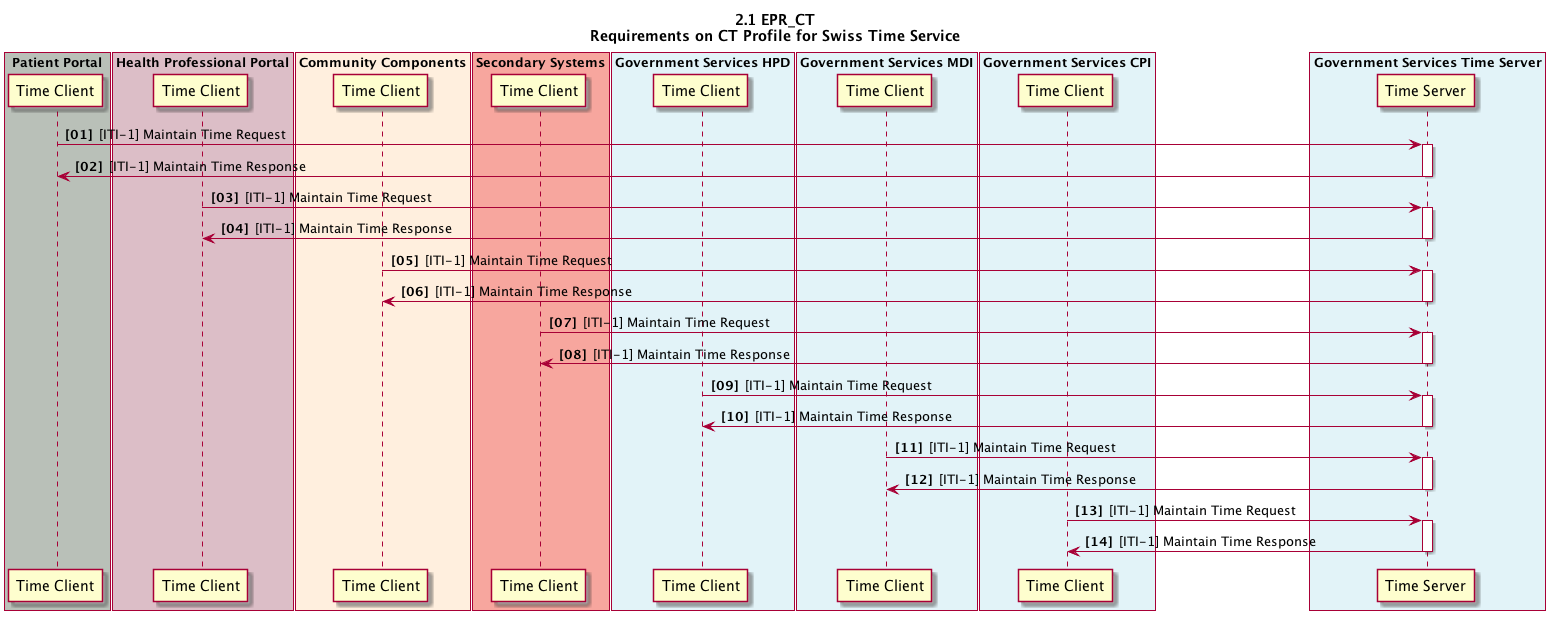
Above: 2_01_EPR_CT.plantuml.png in ahdis/ch-epr-seqdiag (PlantUML), before the change. Its diagram source:
```plantuml
@startuml
skinparam Padding 1
autonumber 1 1 "<b>[00]"
title 2.1 EPR_CT\nRequirements on CT Profile for Swiss Time Service

box "Patient Portal" #B9C0B8
	participant pp_ct_time_client as "Time Client"
end box

box "Health Professional Portal" #DCBEC7
	participant ps_ct_time_client as "Time Client"
end box

box "Community Components" #FFEFDE
	participant cc_ct_time_client as "Time Client"
end box

box "Secondary Systems" #F7A69E
	participant ss_ct_time_client as "Time Client"
end box

box "Government Services HPD" #E2F3F8
	participant gs_hpd_ct_time_client as "Time Client"
end box

box "Government Services MDI" #E2F3F8
	participant gs_mdi_ct_time_client as "Time Client"
end box

box "Government Services CPI" #E2F3F8
	participant gs_cpi_ct_time_client as "Time Client"
end box

box "Government Services Time Server" #E2F3F8
	participant gs_ts as "Time Server"
end box

pp_ct_time_client -> gs_ts: [ITI-1] Maintain Time Request
activate gs_ts
pp_ct_time_client <- gs_ts: [ITI-1] Maintain Time Response
deactivate gs_ts

ps_ct_time_client -> gs_ts: [ITI-1] Maintain Time Request
activate gs_ts
ps_ct_time_client <- gs_ts: [ITI-1] Maintain Time Response
deactivate gs_ts

cc_ct_time_client -> gs_ts: [ITI-1] Maintain Time Request
activate gs_ts
cc_ct_time_client <- gs_ts: [ITI-1] Maintain Time Response
deactivate gs_ts

ss_ct_time_client -> gs_ts: [ITI-1] Maintain Time Request
activate gs_ts
ss_ct_time_client <- gs_ts: [ITI-1] Maintain Time Response
deactivate gs_ts

gs_hpd_ct_time_client -> gs_ts: [ITI-1] Maintain Time Request
activate gs_ts
gs_hpd_ct_time_client <- gs_ts: [ITI-1] Maintain Time Response
deactivate gs_ts

gs_mdi_ct_time_client -> gs_ts: [ITI-1] Maintain Time Request
activate gs_ts
gs_mdi_ct_time_client <- gs_ts: [ITI-1] Maintain Time Response
deactivate gs_ts

gs_cpi_ct_time_client -> gs_ts: [ITI-1] Maintain Time Request
activate gs_ts
gs_cpi_ct_time_client <- gs_ts: [ITI-1] Maintain Time Response
deactivate gs_ts


@enduml
```
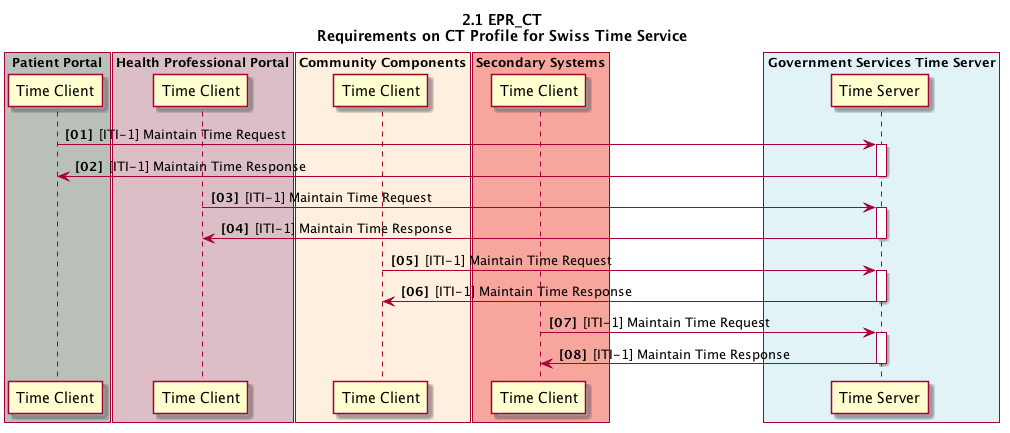
The same diagram one commit later.

The edit, as a diff of the source:
```diff
@@ -17,18 +17,6 @@
 
 box "Secondary Systems" #F7A69E
 	participant ss_ct_time_client as "Time Client"
-end box
-
-box "Government Services HPD" #E2F3F8
-	participant gs_hpd_ct_time_client as "Time Client"
-end box
-
-box "Government Services MDI" #E2F3F8
-	participant gs_mdi_ct_time_client as "Time Client"
-end box
-
-box "Government Services CPI" #E2F3F8
-	participant gs_cpi_ct_time_client as "Time Client"
 end box
 
 box "Government Services Time Server" #E2F3F8
@@ -55,20 +43,5 @@
 ss_ct_time_client <- gs_ts: [ITI-1] Maintain Time Response
 deactivate gs_ts
 
-gs_hpd_ct_time_client -> gs_ts: [ITI-1] Maintain Time Request
-activate gs_ts
-gs_hpd_ct_time_client <- gs_ts: [ITI-1] Maintain Time Response
-deactivate gs_ts
-
-gs_mdi_ct_time_client -> gs_ts: [ITI-1] Maintain Time Request
-activate gs_ts
-gs_mdi_ct_time_client <- gs_ts: [ITI-1] Maintain Time Response
-deactivate gs_ts
-
-gs_cpi_ct_time_client -> gs_ts: [ITI-1] Maintain Time Request
-activate gs_ts
-gs_cpi_ct_time_client <- gs_ts: [ITI-1] Maintain Time Response
-deactivate gs_ts
-
 
 @enduml
```
